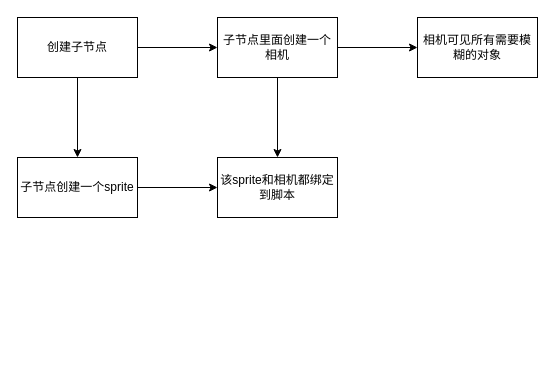
Above: page "高斯模糊制作" (12 of 12) of Untitled Diagram.drawio in 605682883/flowPhoto (draw.io), before the change. Source tidied: cells renumbered, new cells numbered last; positions are measured from the earlier drawing's top-left corner, leaving out a move shared by most shapes. Both pictures are drawn from the tidied source at 100%, with x=0, y=0 at pixel (17, 17).
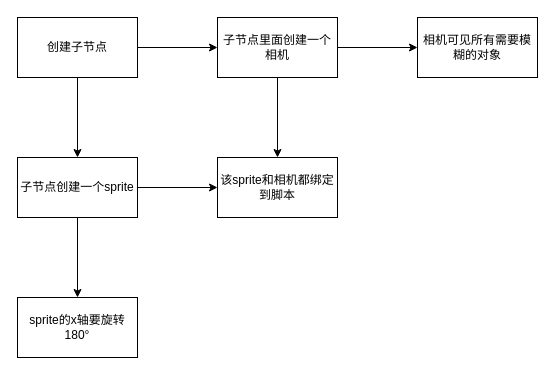
Above is the later version.

Commit message:
Update Untitled Diagram.drawio 高斯模糊逻辑1

The edit, as a diff of the source:
```diff
@@
 <mxGraphModel>
   <root>
     <mxCell id="0" />
     <mxCell id="1" parent="0" />
     <mxCell id="2" style="edgeStyle=orthogonalEdgeStyle;rounded=0;jettySize=auto;html=1;" parent="1" edge="1" source="4" target="7">
       <mxGeometry relative="1" as="geometry" />
     </mxCell>
     <mxCell id="3" style="edgeStyle=orthogonalEdgeStyle;rounded=0;jettySize=auto;html=1;" parent="1" edge="1" source="4" target="10">
       <mxGeometry relative="1" as="geometry" />
     </mxCell>
     <mxCell id="4" value="创建子节点" style="whiteSpace=wrap;html=1;" parent="1" vertex="1">
       <mxGeometry width="120" height="60" as="geometry" />
     </mxCell>
     <mxCell id="5" style="edgeStyle=orthogonalEdgeStyle;rounded=0;jettySize=auto;html=1;" parent="1" edge="1" source="7" target="8">
       <mxGeometry relative="1" as="geometry" />
     </mxCell>
     <mxCell id="6" style="edgeStyle=orthogonalEdgeStyle;rounded=0;jettySize=auto;html=1;" parent="1" edge="1" source="7" target="11">
       <mxGeometry relative="1" as="geometry" />
     </mxCell>
     <mxCell id="7" value="子节点里面创建一个相机" style="whiteSpace=wrap;html=1;" parent="1" vertex="1">
       <mxGeometry x="200" width="120" height="60" as="geometry" />
     </mxCell>
     <mxCell id="8" value="相机可见所有需要模糊的对象" style="whiteSpace=wrap;html=1;" parent="1" vertex="1">
       <mxGeometry x="400" width="120" height="60" as="geometry" />
     </mxCell>
     <mxCell id="9" style="edgeStyle=orthogonalEdgeStyle;rounded=0;jettySize=auto;html=1;" parent="1" edge="1" source="10" target="11">
       <mxGeometry relative="1" as="geometry" />
     </mxCell>
+    <mxCell id="12" style="edgeStyle=orthogonalEdgeStyle;rounded=0;jettySize=auto;html=1;" parent="1" edge="1" source="10" target="13">
+      <mxGeometry relative="1" as="geometry" />
+    </mxCell>
     <mxCell id="10" value="子节点创建一个sprite" style="whiteSpace=wrap;html=1;" parent="1" vertex="1">
       <mxGeometry y="140" width="120" height="60" as="geometry" />
     </mxCell>
     <mxCell id="11" value="该sprite和相机都绑定到脚本" style="whiteSpace=wrap;html=1;" parent="1" vertex="1">
       <mxGeometry x="200" y="140" width="120" height="60" as="geometry" />
     </mxCell>
+    <mxCell id="13" value="sprite的x轴要旋转180°" style="whiteSpace=wrap;html=1;" parent="1" vertex="1">
+      <mxGeometry y="280" width="120" height="60" as="geometry" />
+    </mxCell>
   </root>
 </mxGraphModel>
```
